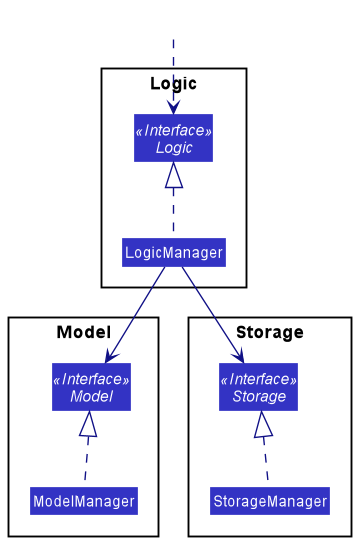
Before: docs/images/ComponentManagers.png, a diagram exported from PlantUML (se-edu/addressbook-level3). The source it was exported from:
```plantuml
@startuml
!include style.puml
skinparam arrowThickness 1.1
skinparam arrowColor LOGIC_COLOR_T4
skinparam classBackgroundColor LOGIC_COLOR

package Logic {
Interface Logic <<Interface>>
Class LogicManager
}

package Model{
Interface Model <<Interface>>
Class ModelManager
}

package Storage{
Interface Storage <<Interface>>
Class StorageManager
}

Class HiddenOutside #FFFFFF
HiddenOutside ..> Logic

LogicManager .up.|> Logic
ModelManager .up.|> Model
StorageManager .up.|> Storage

LogicManager --> Model
LogicManager --> Storage
@enduml
```
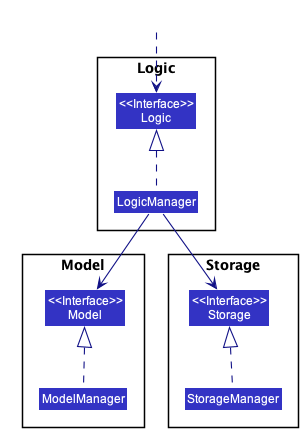
After the change.

Commit message:
Update all class diagrams which uses interfaces to non-italics

Diff of the diagram source:
```diff
@@ -1,31 +1,78 @@
 @startuml
-!include style.puml
+
+
+
+
+
+
+
+
+skinparam BackgroundColor #FFFFFFF
+
+skinparam Shadowing false
+
+skinparam Class {
+    FontColor #FFFFFF
+    BorderThickness 1
+    BorderColor #FFFFFF
+    StereotypeFontColor #FFFFFF
+    FontName Arial
+}
+
+skinparam Actor {
+    BorderColor #000000
+    Color #000000
+    FontName Arial
+}
+
+skinparam Sequence {
+    MessageAlign center
+    BoxFontSize 15
+    BoxPadding 0
+    BoxFontColor #FFFFFF
+    FontName Arial
+}
+
+skinparam Participant {
+    FontColor #FFFFFFF
+    Padding 20
+}
+
+skinparam MinClassWidth 50
+skinparam ParticipantPadding 10
+skinparam Shadowing false
+skinparam DefaultTextAlignment center
+skinparam packageStyle Rectangle
+
+hide footbox
+hide members
+hide circle
 skinparam arrowThickness 1.1
-skinparam arrowColor LOGIC_COLOR_T4
-skinparam classBackgroundColor LOGIC_COLOR
+skinparam arrowColor #101086
+skinparam classBackgroundColor #3333C4
 
 package Logic {
-Interface Logic <<Interface>>
+Class "<<Interface>>\nLogic"
 Class LogicManager
 }
 
 package Model{
-Interface Model <<Interface>>
+Class "<<Interface>>\nModel"
 Class ModelManager
 }
 
 package Storage{
-Interface Storage <<Interface>>
+Class "<<Interface>>\nStorage"
 Class StorageManager
 }
 
 Class HiddenOutside #FFFFFF
-HiddenOutside ..> Logic
+HiddenOutside ..> "<<Interface>>\nLogic"
 
-LogicManager .up.|> Logic
-ModelManager .up.|> Model
-StorageManager .up.|> Storage
+LogicManager .up.|> "<<Interface>>\nLogic"
+ModelManager .up.|> "<<Interface>>\nModel"
+StorageManager .up.|> "<<Interface>>\nStorage"
 
-LogicManager --> Model
-LogicManager --> Storage
+LogicManager --> "<<Interface>>\nModel"
+LogicManager --> "<<Interface>>\nStorage"
 @enduml
```
